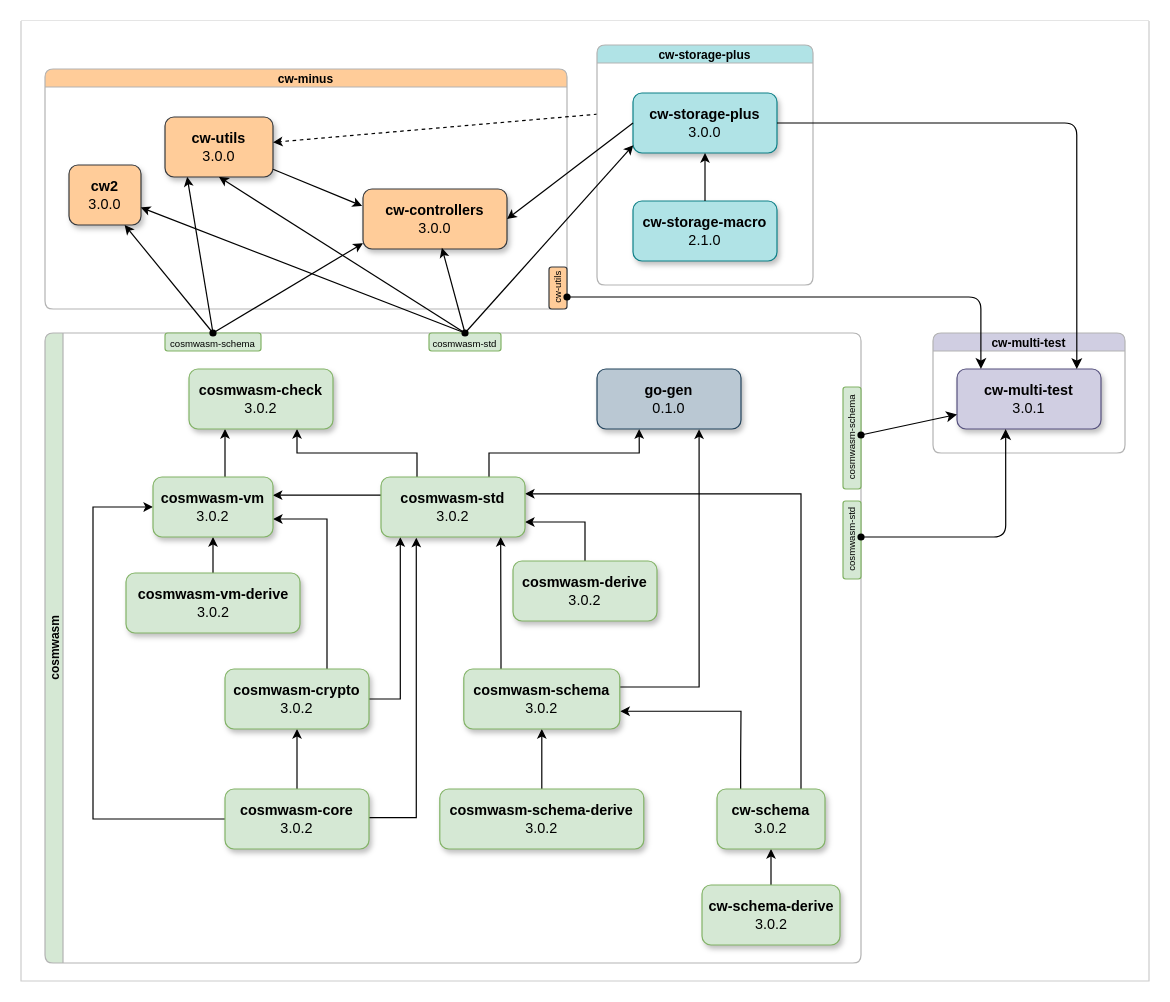
Above: dependencies/all-dependencies.drawio in DariuszDepta/cosmwasm-notes (draw.io), before the change. Source tidied: cells renumbered, new cells numbered last; positions are measured from the earlier drawing's top-left corner, leaving out a move shared by most shapes. Both pictures are drawn from the tidied source at 120%, with x=0, y=0 at pixel (20, 20).
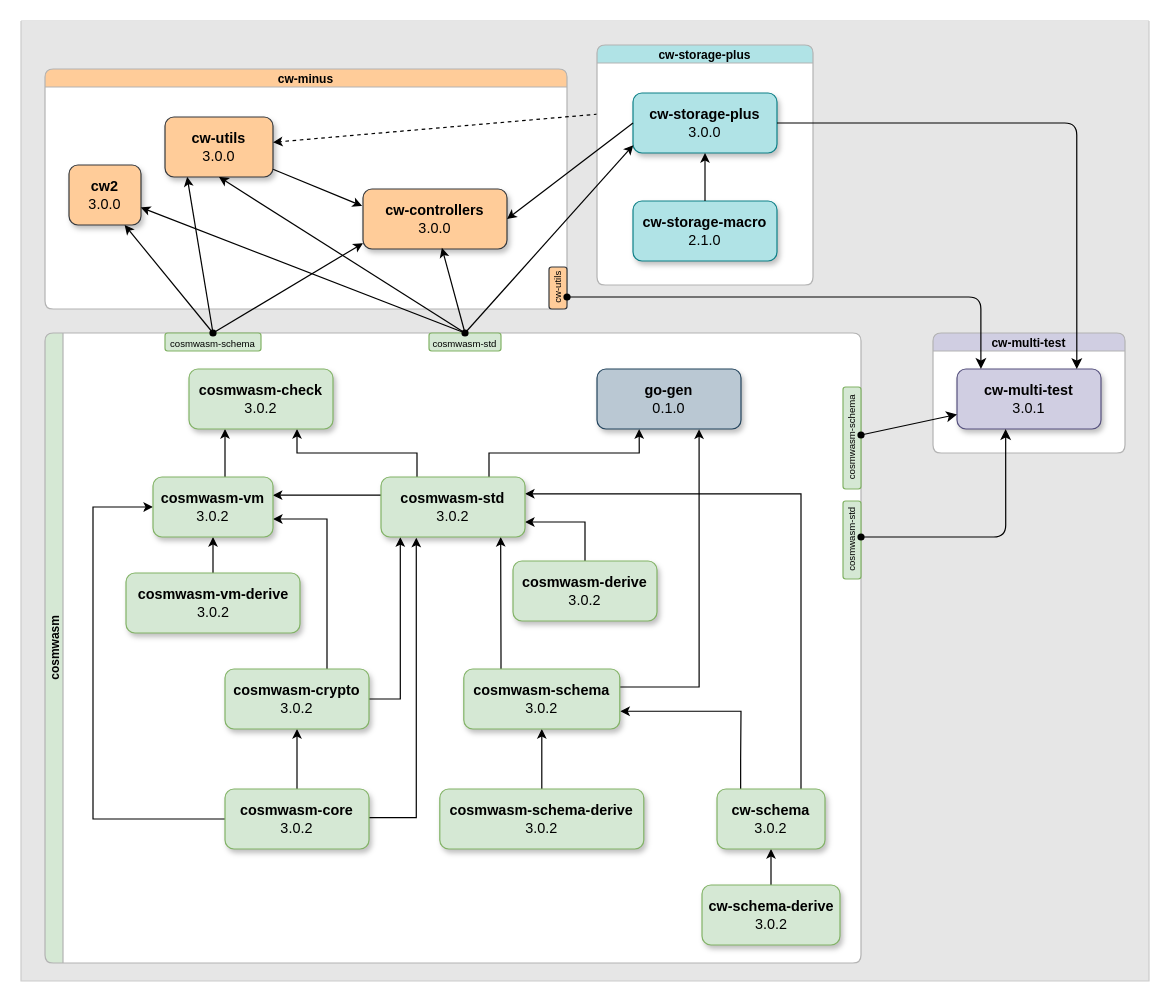
The same diagram, later.

What changed in the source:
```diff
@@
-<mxGraphModel>
+<mxGraphModel background="#ffffff">
@@
-    <mxCell id="2" style="swimlane;startSize=0;rounded=1;strokeColor=#CCCCCC;swimlaneFillColor=default;" parent="1" vertex="1">
+    <mxCell id="2" style="swimlane;startSize=0;rounded=1;strokeColor=#CCCCCC;swimlaneFillColor=#E6E6E6;" parent="1" vertex="1">
       <mxGeometry width="940" height="800" as="geometry" />
     </mxCell>
```
